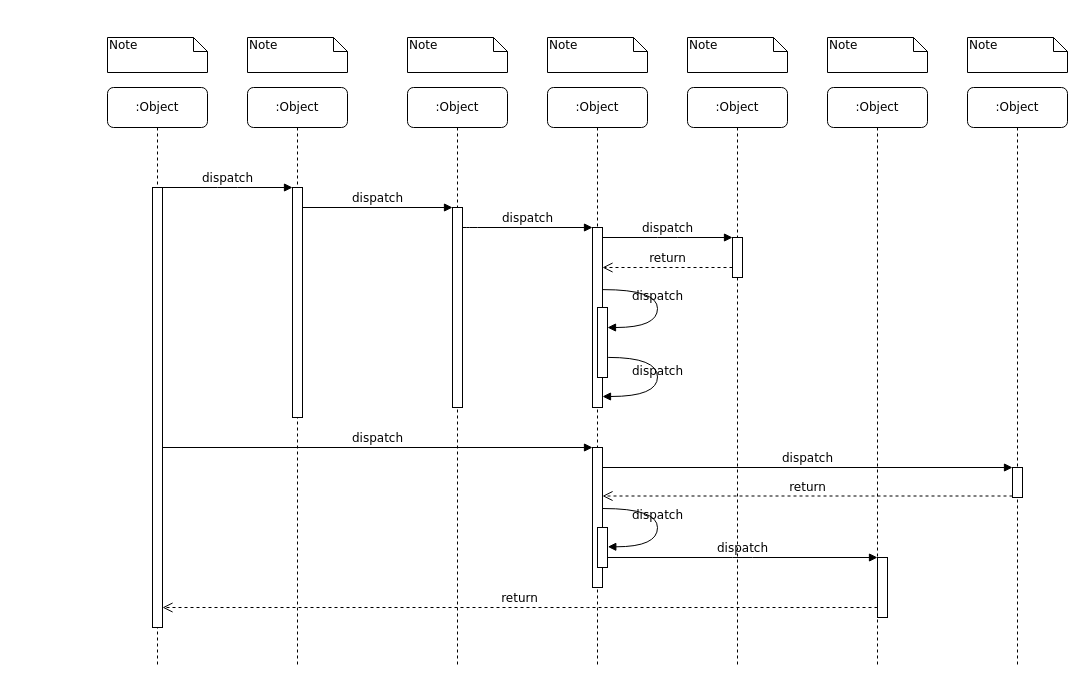
This is seller_signup.drawio from khoramian/TahDig_SoftwareEngineering, a draw.io file, before an edit. Source tidied: cells renumbered, new cells numbered last; positions are measured from the earlier drawing's top-left corner, leaving out a move shared by most shapes. Both pictures are drawn from the tidied source at 100%, with x=0, y=0 at pixel (107, 37).
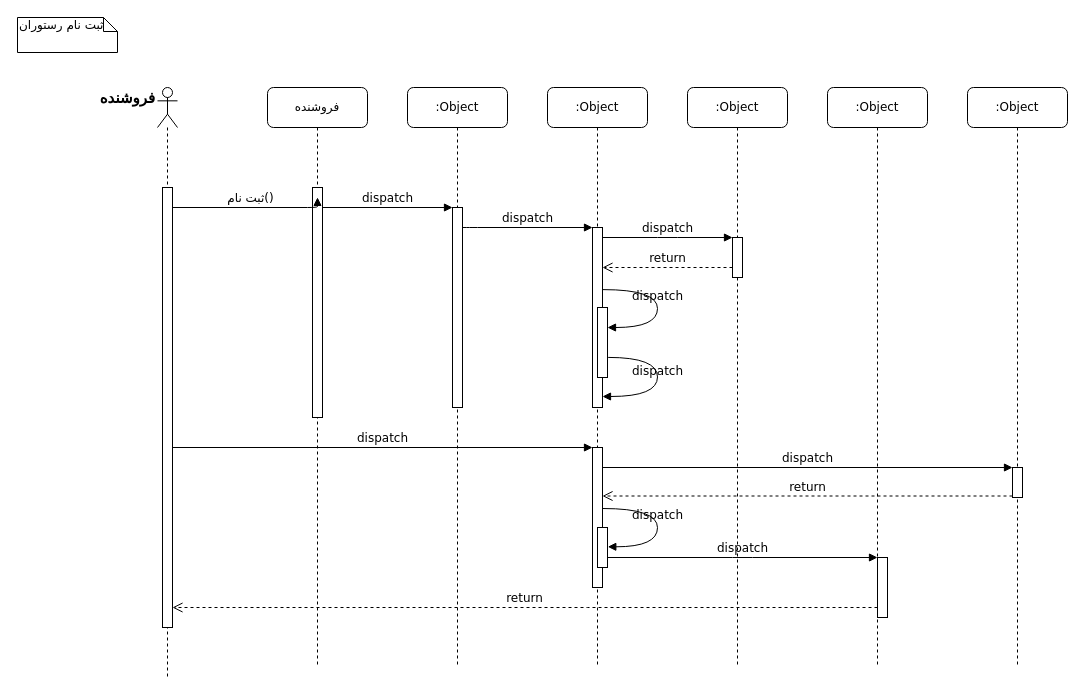
The same diagram, later.

The change refers to these unchanged cells:
```xml
<mxCell id="3" style="html=1;points=[];perimeter=orthogonalPerimeter;rounded=0;shadow=0;comic=0;labelBackgroundColor=none;strokeWidth=1;fontFamily=Verdana;fontSize=12;align=center;" parent="2" vertex="1">
  <mxGeometry x="45" y="100" width="10" height="230" as="geometry" />
</mxCell>
```

What changed in the source:
```diff
@@
-    <mxCell id="2" value=":Object" style="shape=umlLifeline;perimeter=lifelinePerimeter;whiteSpace=wrap;html=1;rounded=1;shadow=0;comic=0;labelBackgroundColor=none;strokeWidth=1;fontFamily=Verdana;fontSize=12;align=center;" parent="1" vertex="1">
-      <mxGeometry x="140" y="50" width="100" height="580" as="geometry" />
+    <mxCell id="2" value="فروشنده" style="shape=umlLifeline;perimeter=lifelinePerimeter;whiteSpace=wrap;html=1;rounded=1;shadow=0;comic=0;labelBackgroundColor=none;strokeWidth=1;fontFamily=Verdana;fontSize=12;align=center;" parent="1" vertex="1">
+      <mxGeometry x="160" y="50" width="100" height="580" as="geometry" />
     </mxCell>
@@
-    <mxCell id="10" value=":Object" style="shape=umlLifeline;perimeter=lifelinePerimeter;whiteSpace=wrap;html=1;rounded=1;shadow=0;comic=0;labelBackgroundColor=none;strokeWidth=1;fontFamily=Verdana;fontSize=12;align=center;" parent="1" vertex="1">
-      <mxGeometry y="50" width="100" height="580" as="geometry" />
-    </mxCell>
-    <mxCell id="11" style="html=1;points=[];perimeter=orthogonalPerimeter;rounded=0;shadow=0;comic=0;labelBackgroundColor=none;strokeWidth=1;fontFamily=Verdana;fontSize=12;align=center;" parent="10" vertex="1">
-      <mxGeometry x="45" y="100" width="10" height="440" as="geometry" />
-    </mxCell>
@@
-    <mxCell id="25" value="dispatch" style="html=1;verticalAlign=bottom;endArrow=block;entryX=0;entryY=0;labelBackgroundColor=none;fontFamily=Verdana;fontSize=12;edgeStyle=elbowEdgeStyle;elbow=vertical;" parent="1" edge="1" source="11" target="3">
-      <mxGeometry relative="1" as="geometry" />
+    <mxCell id="25" value="ثبت نام()" style="html=1;verticalAlign=bottom;endArrow=block;entryX=0.5;entryY=0.043;labelBackgroundColor=none;fontFamily=Verdana;fontSize=12;edgeStyle=elbowEdgeStyle;elbow=vertical;entryDx=0;entryDy=0;entryPerimeter=0;" parent="1" edge="1" source="11" target="3">
+      <mxGeometry relative="1" as="geometry">
+        <Array as="points">
+          <mxPoint x="140" y="170" />
+          <mxPoint x="160" y="170" />
+        </Array>
+      </mxGeometry>
     </mxCell>
@@
-    <mxCell id="32" value="Note" style="shape=note;whiteSpace=wrap;html=1;size=14;verticalAlign=top;align=left;spacingTop=-6;rounded=0;shadow=0;comic=0;labelBackgroundColor=none;strokeWidth=1;fontFamily=Verdana;fontSize=12;" parent="1" vertex="1">
-      <mxGeometry width="100" height="35" as="geometry" />
+    <mxCell id="32" value="ثبت نام رستوران " style="shape=note;whiteSpace=wrap;html=1;size=14;verticalAlign=top;align=left;spacingTop=-6;rounded=0;shadow=0;comic=0;labelBackgroundColor=none;strokeWidth=1;fontFamily=Verdana;fontSize=12;" parent="1" vertex="1">
+      <mxGeometry x="-90" y="-20" width="100" height="35" as="geometry" />
     </mxCell>
-    <mxCell id="33" value="Note" style="shape=note;whiteSpace=wrap;html=1;size=14;verticalAlign=top;align=left;spacingTop=-6;rounded=0;shadow=0;comic=0;labelBackgroundColor=none;strokeWidth=1;fontFamily=Verdana;fontSize=12;" parent="1" vertex="1">
-      <mxGeometry x="140" width="100" height="35" as="geometry" />
-    </mxCell>
-    <mxCell id="34" value="Note" style="shape=note;whiteSpace=wrap;html=1;size=14;verticalAlign=top;align=left;spacingTop=-6;rounded=0;shadow=0;comic=0;labelBackgroundColor=none;strokeWidth=1;fontFamily=Verdana;fontSize=12;" parent="1" vertex="1">
-      <mxGeometry x="300" width="100" height="35" as="geometry" />
-    </mxCell>
-    <mxCell id="35" value="Note" style="shape=note;whiteSpace=wrap;html=1;size=14;verticalAlign=top;align=left;spacingTop=-6;rounded=0;shadow=0;comic=0;labelBackgroundColor=none;strokeWidth=1;fontFamily=Verdana;fontSize=12;" parent="1" vertex="1">
-      <mxGeometry x="440" width="100" height="35" as="geometry" />
-    </mxCell>
-    <mxCell id="36" value="Note" style="shape=note;whiteSpace=wrap;html=1;size=14;verticalAlign=top;align=left;spacingTop=-6;rounded=0;shadow=0;comic=0;labelBackgroundColor=none;strokeWidth=1;fontFamily=Verdana;fontSize=12;" parent="1" vertex="1">
-      <mxGeometry x="580" width="100" height="35" as="geometry" />
-    </mxCell>
-    <mxCell id="37" value="Note" style="shape=note;whiteSpace=wrap;html=1;size=14;verticalAlign=top;align=left;spacingTop=-6;rounded=0;shadow=0;comic=0;labelBackgroundColor=none;strokeWidth=1;fontFamily=Verdana;fontSize=12;" parent="1" vertex="1">
-      <mxGeometry x="720" width="100" height="35" as="geometry" />
-    </mxCell>
-    <mxCell id="38" value="Note" style="shape=note;whiteSpace=wrap;html=1;size=14;verticalAlign=top;align=left;spacingTop=-6;rounded=0;shadow=0;comic=0;labelBackgroundColor=none;strokeWidth=1;fontFamily=Verdana;fontSize=12;" parent="1" vertex="1">
-      <mxGeometry x="860" width="100" height="35" as="geometry" />
-    </mxCell>
+    <mxCell id="39" style="shape=umlLifeline;participant=umlActor;perimeter=lifelinePerimeter;whiteSpace=wrap;html=1;verticalAlign=top;spacingTop=36;" parent="1" vertex="1">
+      <mxGeometry x="50" y="50" width="20" height="590" as="geometry" />
+    </mxCell>
+    <mxCell id="11" style="html=1;points=[];perimeter=orthogonalPerimeter;rounded=0;shadow=0;comic=0;labelBackgroundColor=none;strokeWidth=1;fontFamily=Verdana;fontSize=12;align=center;" parent="1" vertex="1">
+      <mxGeometry x="55" y="150" width="10" height="440" as="geometry" />
+    </mxCell>
+    <mxCell id="40" value="&lt;font style=&quot;font-size: 15px&quot;&gt;&lt;b&gt;فروشنده&lt;/b&gt;&lt;/font&gt;" style="text;html=1;align=center;verticalAlign=middle;" parent="1" vertex="1">
+      <mxGeometry x="-10" y="50" width="60" height="20" as="geometry" />
+    </mxCell>
```
